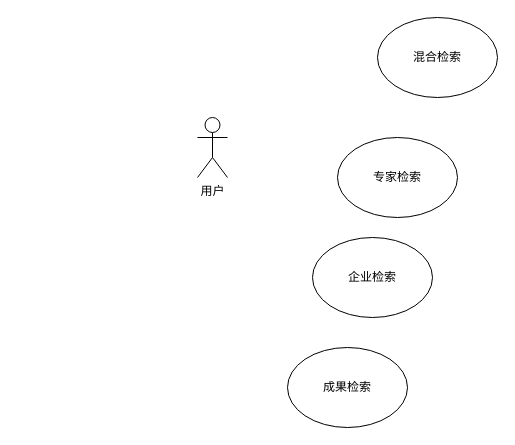
Above: 2024-BUAA-SE/需求规格书/信息检索模块-用例图.drawio in jongsh/drawio (draw.io), before the change. Source tidied: cells renumbered, new cells numbered last; positions are measured from the earlier drawing's top-left corner, leaving out a move shared by most shapes. Both pictures are drawn from the tidied source at 100%, with x=0, y=0 at pixel (197, 17).
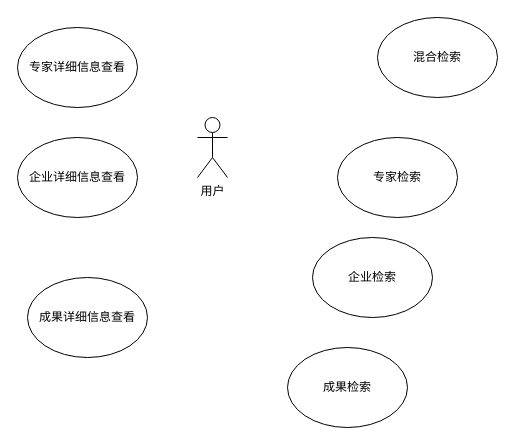
The same page after the edit.

Commit message (it also covers changes not shown here):
更新信息检索模块-用例图.drawio

Diff of the diagram source:
```diff
@@
 <mxGraphModel>
   <root>
     <mxCell id="0" />
     <mxCell id="1" parent="0" />
     <mxCell id="2" value="用户" style="shape=umlActor;verticalLabelPosition=bottom;verticalAlign=top;html=1;" parent="1" vertex="1">
       <mxGeometry y="100" width="30" height="60" as="geometry" />
     </mxCell>
     <mxCell id="3" value="混合检索" style="ellipse;whiteSpace=wrap;html=1;" parent="1" vertex="1">
       <mxGeometry x="180" width="120" height="80" as="geometry" />
     </mxCell>
     <mxCell id="4" value="专家检索" style="ellipse;whiteSpace=wrap;html=1;" parent="1" vertex="1">
       <mxGeometry x="140" y="120" width="120" height="80" as="geometry" />
     </mxCell>
     <mxCell id="5" value="企业检索" style="ellipse;whiteSpace=wrap;html=1;" parent="1" vertex="1">
       <mxGeometry x="115" y="220" width="120" height="80" as="geometry" />
     </mxCell>
     <mxCell id="6" value="成果检索" style="ellipse;whiteSpace=wrap;html=1;" parent="1" vertex="1">
       <mxGeometry x="90" y="330" width="120" height="80" as="geometry" />
     </mxCell>
+    <mxCell id="7" value="专家详细信息查看" style="ellipse;whiteSpace=wrap;html=1;" parent="1" vertex="1">
+      <mxGeometry x="-180" y="10" width="120" height="80" as="geometry" />
+    </mxCell>
+    <mxCell id="8" value="企业详细信息查看" style="ellipse;whiteSpace=wrap;html=1;" parent="1" vertex="1">
+      <mxGeometry x="-180" y="120" width="120" height="80" as="geometry" />
+    </mxCell>
+    <mxCell id="9" value="成果详细信息查看" style="ellipse;whiteSpace=wrap;html=1;" parent="1" vertex="1">
+      <mxGeometry x="-170" y="260" width="120" height="80" as="geometry" />
+    </mxCell>
   </root>
 </mxGraphModel>
```
